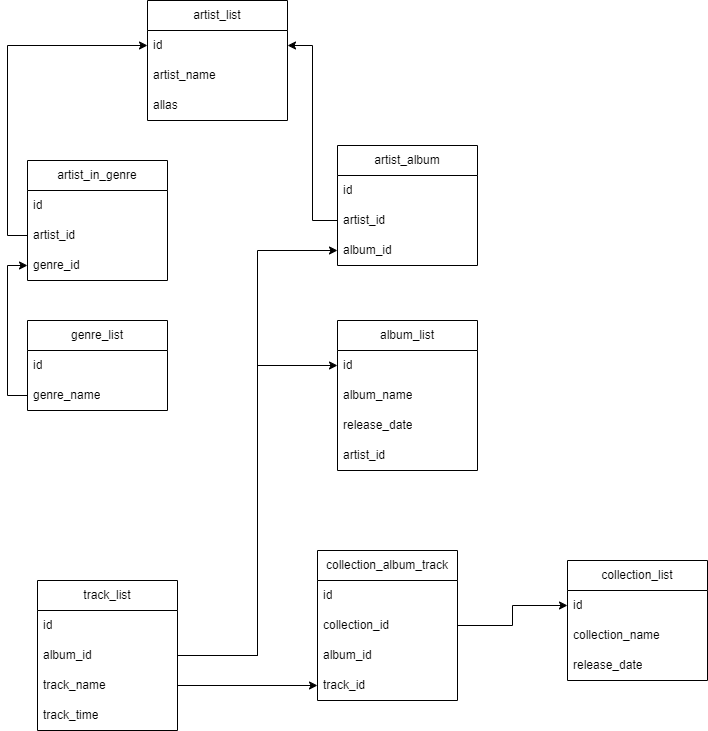
The draw.io diagram task 2.png in Retroman95/DB_HomeWork, before a commit. Source tidied: cells renumbered, new cells last; positions are measured from the earlier drawing's top-left corner, leaving out a move shared by most shapes.
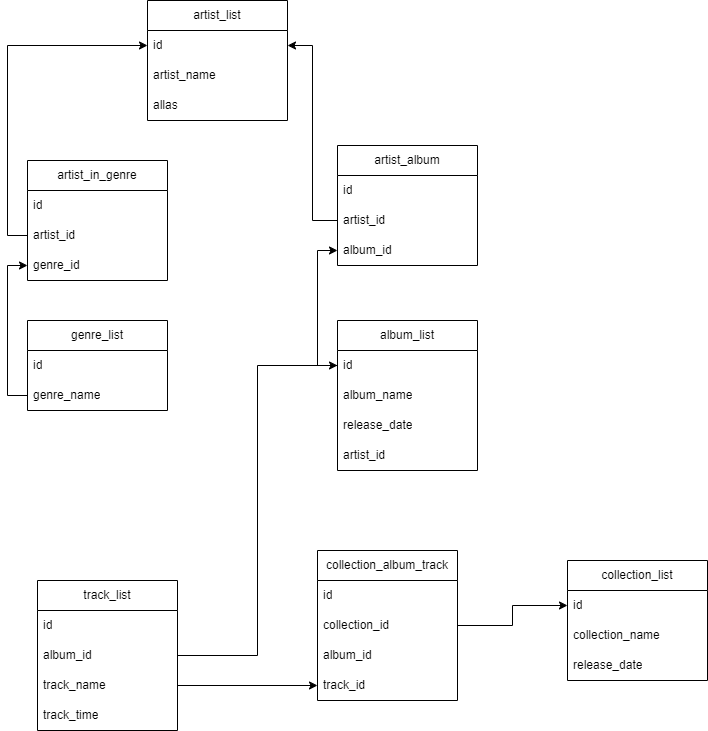
The same file after the commit.

What changed in the source:
```diff
@@ -122,8 +122,8 @@
     <mxCell id="41" style="edgeStyle=orthogonalEdgeStyle;rounded=0;jettySize=auto;html=1;exitX=0;exitY=0.5;exitDx=0;exitDy=0;entryX=1;entryY=0.5;entryDx=0;entryDy=0;" parent="1" edge="1" source="36" target="3">
       <mxGeometry relative="1" as="geometry" />
     </mxCell>
-    <mxCell id="42" style="edgeStyle=orthogonalEdgeStyle;rounded=0;jettySize=auto;html=1;exitX=1;exitY=0.5;exitDx=0;exitDy=0;" parent="1" edge="1" source="15" target="37">
-      <mxGeometry relative="1" as="geometry" />
-    </mxCell>
+    <mxCell id="43" style="edgeStyle=orthogonalEdgeStyle;rounded=0;jettySize=auto;html=1;entryX=0;entryY=0.5;entryDx=0;entryDy=0;" parent="1" edge="1" source="30" target="37">
+      <mxGeometry relative="1" as="geometry" />
+    </mxCell>
   </root>
 </mxGraphModel>
```
